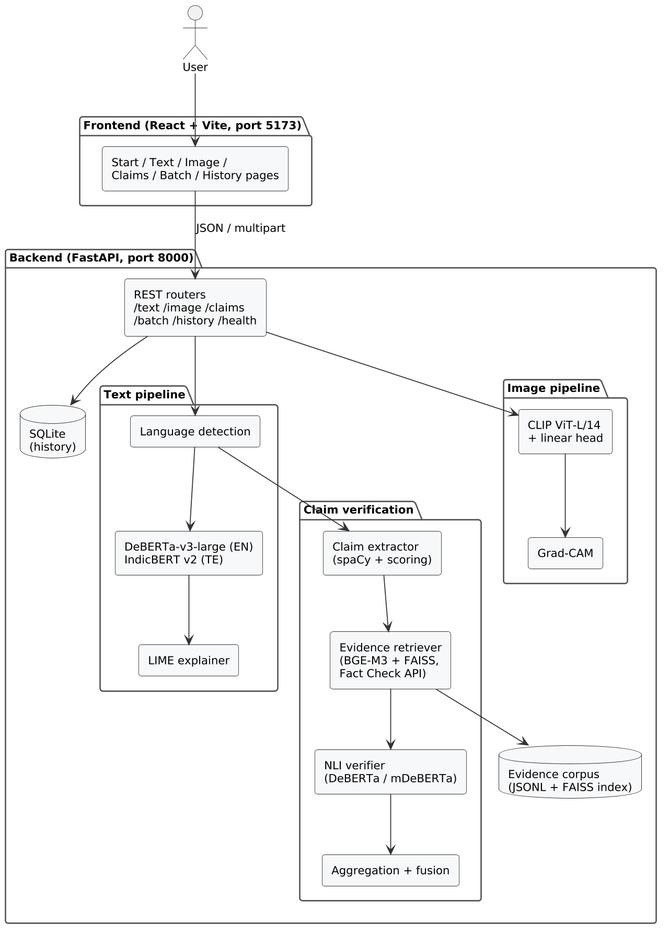
srivalli-kagitha/Fake-News-Detection keeps this PlantUML diagram as report/figures/architecture.png. Above is the earlier version.
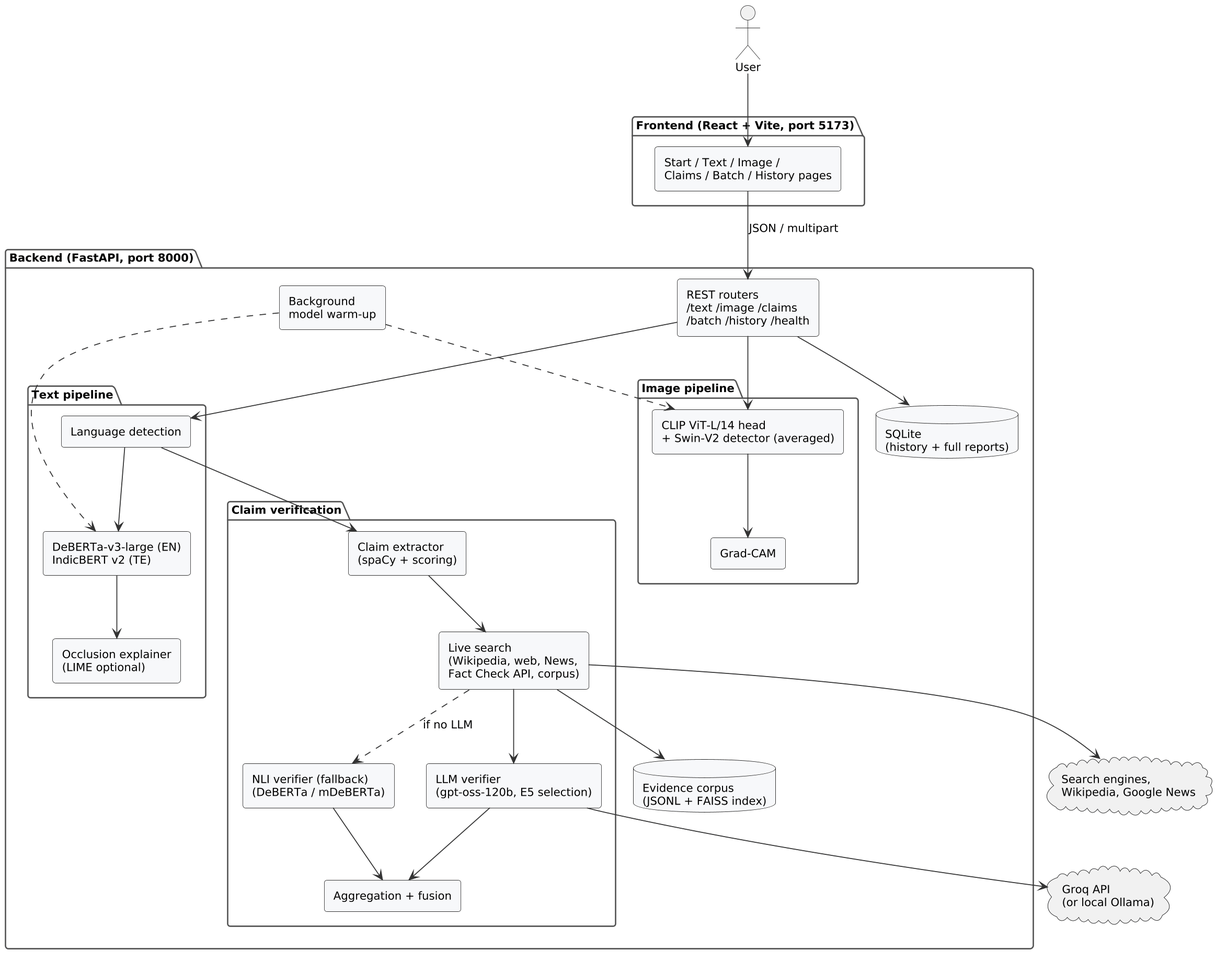
Above is the later version.

What changed in the source:
```diff
@@ -29,19 +29,21 @@
   package "Text pipeline" {
     rectangle "Language detection" as LD
     rectangle "DeBERTa-v3-large (EN)\nIndicBERT v2 (TE)" as CLS
-    rectangle "LIME explainer" as LIME
+    rectangle "Occlusion explainer\n(LIME optional)" as LIME
   }
   package "Claim verification" {
     rectangle "Claim extractor\n(spaCy + scoring)" as CE
-    rectangle "Evidence retriever\n(BGE-M3 + FAISS,\nFact Check API)" as RET
-    rectangle "NLI verifier\n(DeBERTa / mDeBERTa)" as NLI
+    rectangle "Live search\n(Wikipedia, web, News,\nFact Check API, corpus)" as RET
+    rectangle "LLM verifier\n(gpt-oss-120b, E5 selection)" as LLMV
+    rectangle "NLI verifier (fallback)\n(DeBERTa / mDeBERTa)" as NLI
     rectangle "Aggregation + fusion" as AGG
   }
   package "Image pipeline" {
-    rectangle "CLIP ViT-L/14\n+ linear head" as CLIP
+    rectangle "CLIP ViT-L/14 head\n+ Swin-V2 detector (averaged)" as CLIP
     rectangle "Grad-CAM" as CAM
   }
-  database "SQLite\n(history)" as DB
+  database "SQLite\n(history + full reports)" as DB
+  rectangle "Background\nmodel warm-up" as WU
   database "Evidence corpus\n(JSONL + FAISS index)" as EV
 }
 User --> UI
@@ -52,9 +54,17 @@
 LD --> CE
 CE --> RET
 RET --> EV
-RET --> NLI
+RET --> LLMV
+RET ..> NLI : if no LLM
+LLMV --> AGG
 NLI --> AGG
 API --> CLIP
 CLIP --> CAM
 API --> DB
+WU ..> CLS
+WU ..> CLIP
+cloud "Groq API\n(or local Ollama)" as GROQ
+cloud "Search engines,\nWikipedia, Google News" as WEB
+LLMV --> GROQ
+RET --> WEB
 @enduml
```
